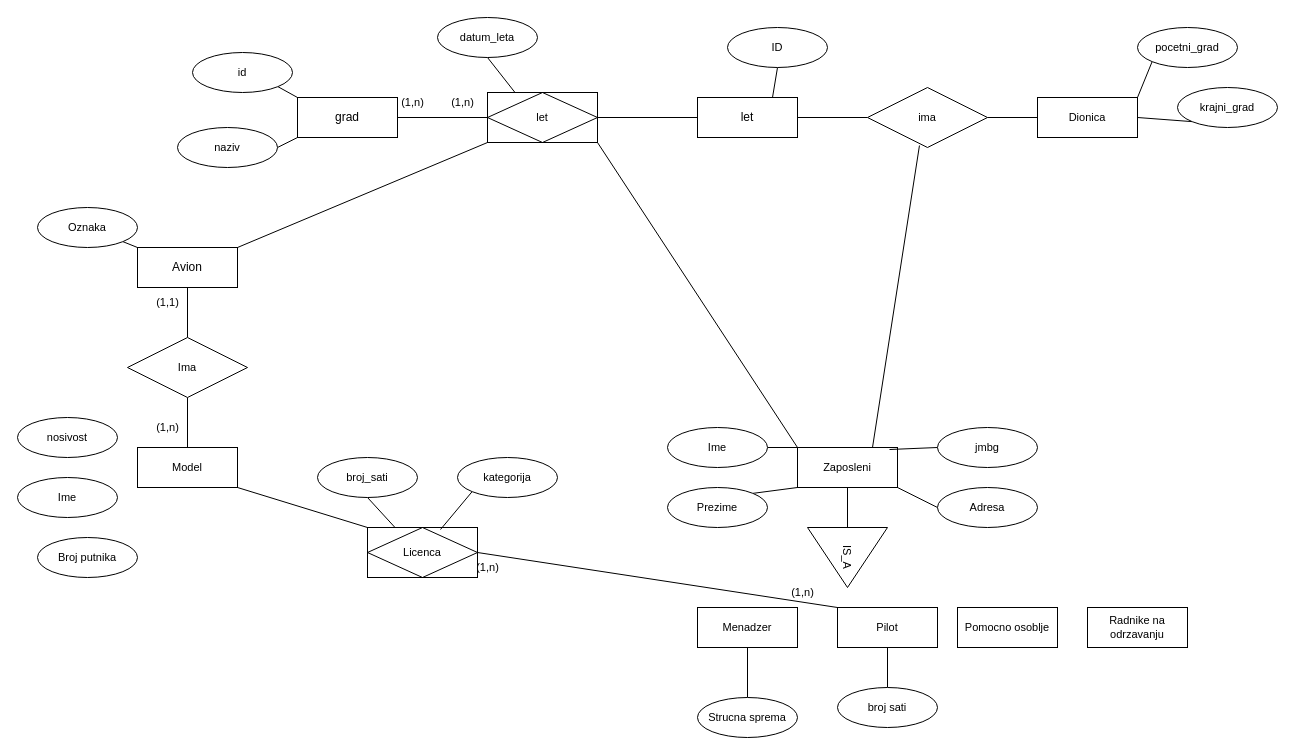
Earlier version of the draw.io diagram Untitled Diagram.drawio (Shrimp22/aviocompany_jdbc). Source tidied: cells renumbered, new cells numbered last; positions are measured from the earlier drawing's top-left corner, leaving out a move shared by most shapes. Both pictures are drawn from the tidied source at 100%, with x=0, y=0 at pixel (17, 17).
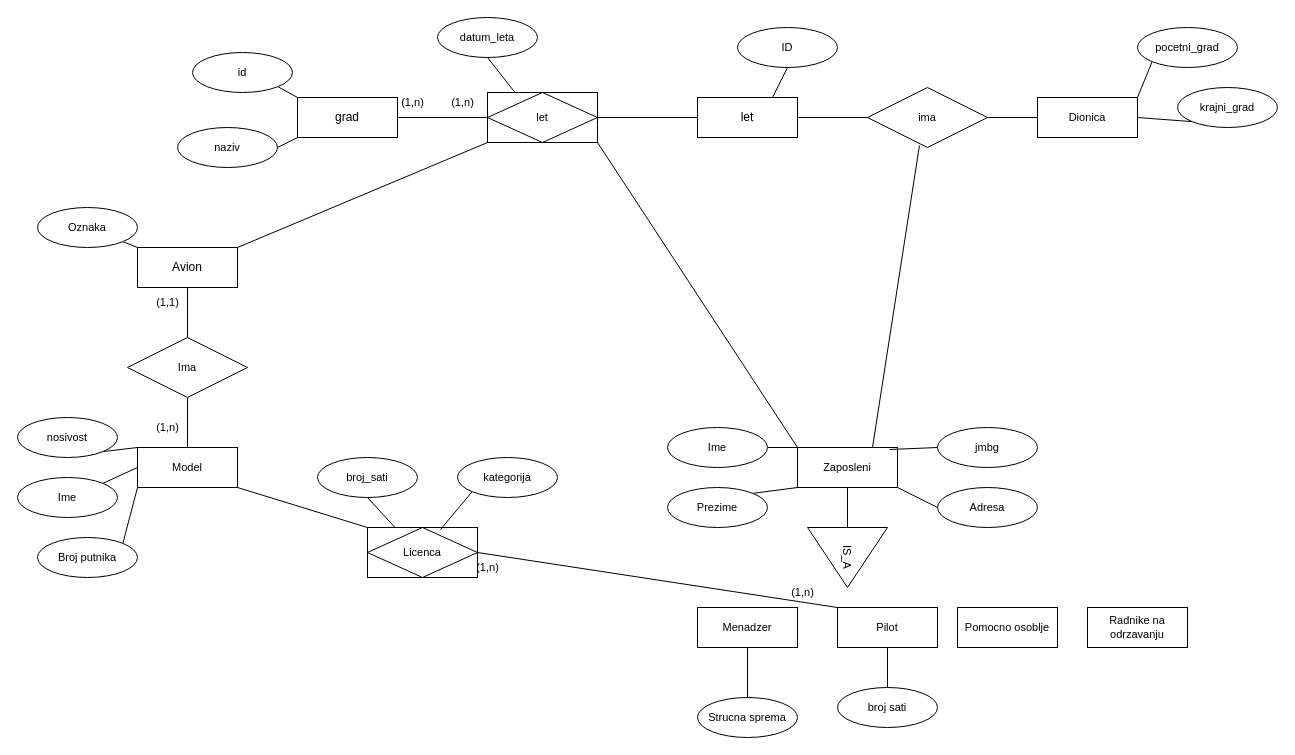
The same page after the edit.

The change refers to these unchanged cells:
```xml
<mxCell id="7" value="Model" style="whiteSpace=wrap;html=1;align=center;fontFamily=Helvetica;fontSize=11;fontColor=default;" parent="1" vertex="1">
  <mxGeometry x="120" y="430" width="100" height="40" as="geometry" />
</mxCell>
<mxCell id="11" value="Ime" style="ellipse;whiteSpace=wrap;html=1;align=center;fontFamily=Helvetica;fontSize=11;fontColor=default;" parent="1" vertex="1">
  <mxGeometry y="460" width="100" height="40" as="geometry" />
</mxCell>
<mxCell id="12" value="nosivost" style="ellipse;whiteSpace=wrap;html=1;align=center;fontFamily=Helvetica;fontSize=11;fontColor=default;" parent="1" vertex="1">
  <mxGeometry y="400" width="100" height="40" as="geometry" />
</mxCell>
<mxCell id="13" value="Broj putnika" style="ellipse;whiteSpace=wrap;html=1;align=center;fontFamily=Helvetica;fontSize=11;fontColor=default;" parent="1" vertex="1">
  <mxGeometry x="20" y="520" width="100" height="40" as="geometry" />
</mxCell>
```

The edit, as a diff of the source:
```diff
@@
+    <mxCell id="68" style="edgeStyle=none;shape=connector;rounded=0;jettySize=auto;html=1;exitX=1;exitY=0;exitDx=0;exitDy=0;entryX=0;entryY=0.5;entryDx=0;entryDy=0;labelBackgroundColor=default;strokeColor=default;fontFamily=Helvetica;fontSize=11;fontColor=default;endArrow=none;" parent="1" edge="1" source="11" target="7">
+      <mxGeometry relative="1" as="geometry" />
+    </mxCell>
@@
+    <mxCell id="69" style="edgeStyle=none;shape=connector;rounded=0;jettySize=auto;html=1;exitX=1;exitY=1;exitDx=0;exitDy=0;entryX=0;entryY=0;entryDx=0;entryDy=0;labelBackgroundColor=default;strokeColor=default;fontFamily=Helvetica;fontSize=11;fontColor=default;endArrow=none;" parent="1" edge="1" source="12" target="7">
+      <mxGeometry relative="1" as="geometry" />
+    </mxCell>
@@
+    <mxCell id="70" style="edgeStyle=none;shape=connector;rounded=0;jettySize=auto;html=1;exitX=1;exitY=0;exitDx=0;exitDy=0;entryX=0;entryY=1;entryDx=0;entryDy=0;labelBackgroundColor=default;strokeColor=default;fontFamily=Helvetica;fontSize=11;fontColor=default;endArrow=none;" parent="1" edge="1" source="13" target="7">
+      <mxGeometry relative="1" as="geometry" />
+    </mxCell>
@@
     <mxCell id="61" value="ID" style="ellipse;whiteSpace=wrap;html=1;align=center;fontFamily=Helvetica;fontSize=11;fontColor=default;" parent="1" vertex="1">
-      <mxGeometry x="710" y="10" width="100" height="40" as="geometry" />
+      <mxGeometry x="720" y="10" width="100" height="40" as="geometry" />
     </mxCell>
```
